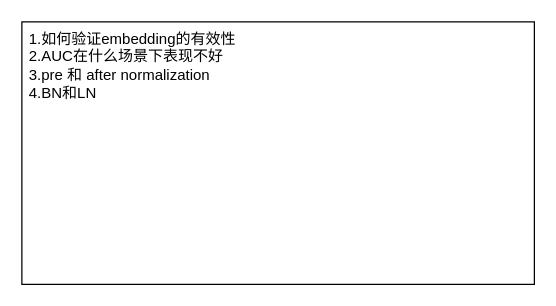
limpid-11/drawio keeps this draw.io diagram as 面经.drawio. Above is the earlier version. Source tidied: cells renumbered, new cells numbered last; positions are measured from the earlier drawing's top-left corner, leaving out a move shared by most shapes. Both pictures are drawn from the tidied source at 125%, with x=0, y=0 at pixel (21, 21).
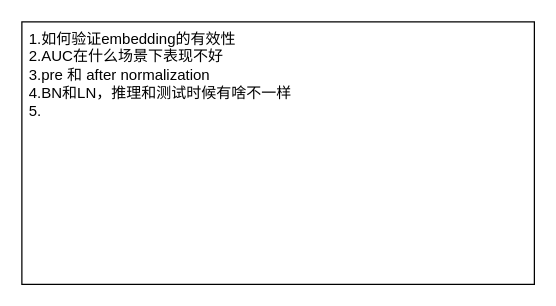
The same page after the edit.

Change to the diagram source:
```diff
@@
 <mxGraphModel>
   <root>
     <mxCell id="0" />
     <mxCell id="1" parent="0" />
-    <mxCell id="2" value="1.如何验证embedding的有效性&lt;div&gt;2.AUC在什么场景下表现不好&lt;/div&gt;&lt;div&gt;3.pre 和 after normalization&lt;/div&gt;&lt;div&gt;4.BN和LN&lt;/div&gt;" style="rounded=0;whiteSpace=wrap;html=1;align=left;verticalAlign=top;spacingLeft=4;" parent="1" vertex="1">
+    <mxCell id="2" value="1.如何验证embedding的有效性&lt;div&gt;2.AUC在什么场景下表现不好&lt;/div&gt;&lt;div&gt;3.pre 和 after normalization&lt;/div&gt;&lt;div&gt;4.BN和LN，推理和测试时候有啥不一样&lt;/div&gt;&lt;div&gt;5.&lt;/div&gt;" style="rounded=0;whiteSpace=wrap;html=1;align=left;verticalAlign=top;spacingLeft=4;" parent="1" vertex="1">
       <mxGeometry width="410" height="210" as="geometry" />
     </mxCell>
   </root>
 </mxGraphModel>
```
